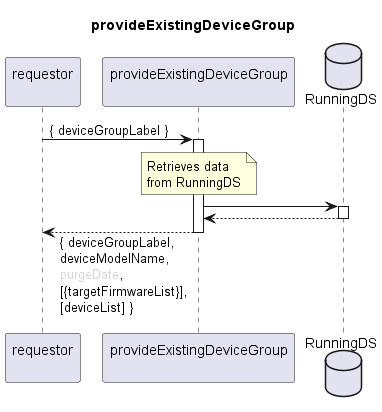
The PlantUML diagram spec/Services/provideExistingDeviceGroup/1.0.0/provideExistingDeviceGroup.png in openBackhaul/FirmWareManager, before a commit. Its diagram source:
```plantuml
@startuml provideExistingDeviceGroup
skinparam responseMessageBelowArrow true

title
  provideExistingDeviceGroup
end title

participant "requestor\n" as requestor
participant "provideExistingDeviceGroup\n" as indServ
database "RunningDS" as RunDS

requestor -> indServ: { deviceGroupLabel }
activate indServ

  note over indServ
    Retrieves data
    from RunningDS
  end note
  indServ -> RunDS
  activate RunDS
  indServ <-- RunDS
  deactivate RunDS

requestor <-- indServ: { deviceGroupLabel,\ndeviceModelName,\n<color:LightGray>purgeDate</color>,\n[{targetFirmwareList}],\n[deviceList] }
deactivate indServ

@enduml
```
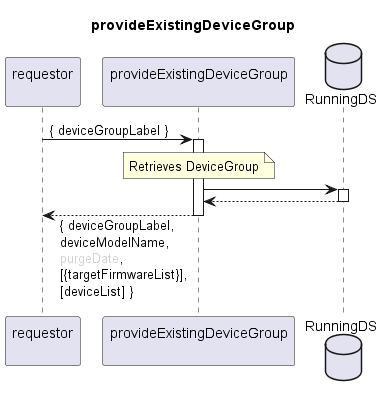
Above is the later version.

The edit, as a diff of the source:
```diff
@@ -13,8 +13,7 @@
 activate indServ
 
   note over indServ
-    Retrieves data
-    from RunningDS
+    Retrieves DeviceGroup
   end note
   indServ -> RunDS
   activate RunDS
```
